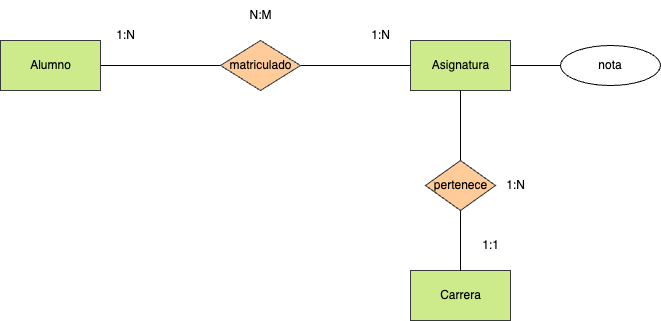
This is Tareas/Unidad_2/tarea1/Ejercicio9.drawio.png from antonioinigo/base-datos, a draw.io export, as it was before one commit. Source tidied: cells renumbered, new cells last; positions are measured from the earlier drawing's top-left corner, leaving out a move shared by most shapes.
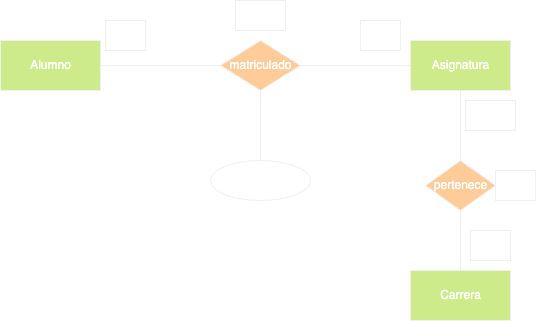
Above is the later version.

Diff of the diagram source:
```diff
@@ -2,53 +2,56 @@
   <root>
     <mxCell id="0" />
     <mxCell id="1" parent="0" />
-    <mxCell id="2" style="html=1;entryX=0;entryY=0.5;entryDx=0;entryDy=0;fontColor=#000000;endArrow=none;endFill=0;" parent="1" edge="1" source="3" target="7">
+    <mxCell id="2" style="html=1;entryX=0;entryY=0.5;entryDx=0;entryDy=0;fontColor=#FFFFFF;endArrow=none;endFill=0;strokeColor=#F0F0F0;" parent="1" edge="1" source="3" target="7">
       <mxGeometry relative="1" as="geometry" />
     </mxCell>
-    <mxCell id="3" value="&lt;font color=&quot;#000000&quot;&gt;Alumno&lt;/font&gt;" style="html=1;dashed=0;whitespace=wrap;fillColor=#cdeb8b;strokeColor=#36393d;" parent="1" vertex="1">
+    <mxCell id="3" value="&lt;font&gt;Alumno&lt;/font&gt;" style="html=1;dashed=0;whitespace=wrap;fillColor=#cdeb8b;strokeColor=#F0F0F0;fontColor=#FFFFFF;" parent="1" vertex="1">
       <mxGeometry y="40" width="100" height="50" as="geometry" />
     </mxCell>
-    <mxCell id="4" style="edgeStyle=none;html=1;entryX=0;entryY=0.5;entryDx=0;entryDy=0;endArrow=none;endFill=0;" parent="1" edge="1" source="5" target="16">
-      <mxGeometry relative="1" as="geometry" />
-    </mxCell>
-    <mxCell id="5" value="&lt;font color=&quot;#000000&quot;&gt;Asignatura&lt;/font&gt;" style="html=1;dashed=0;whitespace=wrap;fillColor=#cdeb8b;strokeColor=#36393d;" parent="1" vertex="1">
+    <mxCell id="5" value="&lt;font&gt;Asignatura&lt;/font&gt;" style="html=1;dashed=0;whitespace=wrap;fillColor=#cdeb8b;strokeColor=#F0F0F0;fontColor=#FFFFFF;" parent="1" vertex="1">
       <mxGeometry x="410" y="40" width="100" height="50" as="geometry" />
     </mxCell>
-    <mxCell id="6" style="edgeStyle=none;html=1;fontColor=#000000;endArrow=none;endFill=0;" parent="1" edge="1" source="7" target="5">
+    <mxCell id="6" style="edgeStyle=none;html=1;fontColor=#FFFFFF;endArrow=none;endFill=0;strokeColor=#F0F0F0;" parent="1" edge="1" source="7" target="5">
       <mxGeometry relative="1" as="geometry" />
     </mxCell>
-    <mxCell id="7" value="&lt;font color=&quot;#000000&quot;&gt;matriculado&lt;/font&gt;" style="shape=rhombus;html=1;dashed=0;whitespace=wrap;perimeter=rhombusPerimeter;fillColor=#ffcc99;strokeColor=#36393d;" parent="1" vertex="1">
+    <mxCell id="7" value="&lt;font&gt;matriculado&lt;/font&gt;" style="shape=rhombus;html=1;dashed=0;whitespace=wrap;perimeter=rhombusPerimeter;fillColor=#ffcc99;strokeColor=#F0F0F0;fontColor=#FFFFFF;" parent="1" vertex="1">
       <mxGeometry x="220" y="40" width="80" height="50" as="geometry" />
     </mxCell>
-    <mxCell id="8" value="1:N" style="text;html=1;align=center;verticalAlign=middle;strokeColor=none;fillColor=none;fontColor=#000000;" parent="1" vertex="1">
+    <mxCell id="8" value="1:N" style="text;html=1;align=center;verticalAlign=middle;strokeColor=#F0F0F0;fillColor=none;fontColor=#FFFFFF;" parent="1" vertex="1">
       <mxGeometry x="105" y="20" width="40" height="30" as="geometry" />
     </mxCell>
-    <mxCell id="9" value="1:N" style="text;html=1;align=center;verticalAlign=middle;strokeColor=none;fillColor=none;fontColor=#000000;" parent="1" vertex="1">
+    <mxCell id="9" value="1:N" style="text;html=1;align=center;verticalAlign=middle;strokeColor=#F0F0F0;fillColor=none;fontColor=#FFFFFF;" parent="1" vertex="1">
       <mxGeometry x="360" y="20" width="40" height="30" as="geometry" />
     </mxCell>
-    <mxCell id="10" value="N:M" style="text;html=1;align=center;verticalAlign=middle;strokeColor=none;fillColor=none;fontColor=#000000;" parent="1" vertex="1">
+    <mxCell id="10" value="N:M" style="text;html=1;align=center;verticalAlign=middle;strokeColor=#F0F0F0;fillColor=none;fontColor=#FFFFFF;" parent="1" vertex="1">
       <mxGeometry x="235" width="50" height="30" as="geometry" />
     </mxCell>
-    <mxCell id="11" value="&lt;font color=&quot;#000000&quot;&gt;Carrera&lt;/font&gt;" style="html=1;dashed=0;whitespace=wrap;fillColor=#cdeb8b;strokeColor=#36393d;" parent="1" vertex="1">
+    <mxCell id="11" value="&lt;font&gt;Carrera&lt;/font&gt;" style="html=1;dashed=0;whitespace=wrap;fillColor=#cdeb8b;strokeColor=#F0F0F0;fontColor=#FFFFFF;" parent="1" vertex="1">
       <mxGeometry x="410" y="270" width="100" height="50" as="geometry" />
     </mxCell>
-    <mxCell id="12" style="edgeStyle=none;html=1;fontColor=#000000;endArrow=none;endFill=0;" parent="1" edge="1" source="14" target="11">
+    <mxCell id="12" style="edgeStyle=none;html=1;fontColor=#FFFFFF;endArrow=none;endFill=0;strokeColor=#F0F0F0;" parent="1" edge="1" source="14" target="11">
       <mxGeometry relative="1" as="geometry" />
     </mxCell>
-    <mxCell id="13" style="edgeStyle=none;html=1;entryX=0.5;entryY=1;entryDx=0;entryDy=0;endArrow=none;endFill=0;" parent="1" edge="1" source="14" target="5">
+    <mxCell id="13" style="edgeStyle=none;html=1;entryX=0.5;entryY=1;entryDx=0;entryDy=0;endArrow=none;endFill=0;strokeColor=#F0F0F0;fontColor=#FFFFFF;" parent="1" edge="1" source="14" target="5">
       <mxGeometry relative="1" as="geometry" />
     </mxCell>
-    <mxCell id="14" value="&lt;font color=&quot;#000000&quot;&gt;pertenece&lt;/font&gt;" style="shape=rhombus;html=1;dashed=0;whitespace=wrap;perimeter=rhombusPerimeter;fillColor=#ffcc99;strokeColor=#36393d;" parent="1" vertex="1">
+    <mxCell id="14" value="&lt;font&gt;pertenece&lt;/font&gt;" style="shape=rhombus;html=1;dashed=0;whitespace=wrap;perimeter=rhombusPerimeter;fillColor=#ffcc99;strokeColor=#F0F0F0;fontColor=#FFFFFF;" parent="1" vertex="1">
       <mxGeometry x="425" y="160" width="70" height="50" as="geometry" />
     </mxCell>
-    <mxCell id="15" value="1:1" style="text;html=1;align=center;verticalAlign=middle;strokeColor=none;fillColor=none;fontColor=#000000;" parent="1" vertex="1">
+    <mxCell id="15" value="1:1" style="text;html=1;align=center;verticalAlign=middle;strokeColor=#F0F0F0;fillColor=none;fontColor=#FFFFFF;" parent="1" vertex="1">
       <mxGeometry x="470" y="230" width="40" height="30" as="geometry" />
     </mxCell>
+    <mxCell id="18" style="edgeStyle=none;html=1;entryX=0.5;entryY=1;entryDx=0;entryDy=0;strokeColor=#F0F0F0;fontColor=#FFFFFF;endArrow=none;endFill=0;" parent="1" edge="1" source="16" target="7">
+      <mxGeometry relative="1" as="geometry" />
+    </mxCell>
-    <mxCell id="16" value="nota" style="ellipse;whiteSpace=wrap;html=1;align=center;" parent="1" vertex="1">
-      <mxGeometry x="560" y="45" width="100" height="40" as="geometry" />
+    <mxCell id="16" value="nota" style="ellipse;whiteSpace=wrap;html=1;align=center;strokeColor=#F0F0F0;fontColor=#FFFFFF;" parent="1" vertex="1">
+      <mxGeometry x="210" y="160" width="100" height="40" as="geometry" />
     </mxCell>
-    <mxCell id="17" value="1:N" style="text;html=1;align=center;verticalAlign=middle;strokeColor=none;fillColor=none;fontColor=#000000;" parent="1" vertex="1">
+    <mxCell id="17" value="1:N" style="text;html=1;align=center;verticalAlign=middle;strokeColor=#F0F0F0;fillColor=none;fontColor=#FFFFFF;" parent="1" vertex="1">
       <mxGeometry x="495" y="170" width="40" height="30" as="geometry" />
     </mxCell>
+    <mxCell id="19" value="M:N" style="text;html=1;align=center;verticalAlign=middle;strokeColor=#F0F0F0;fillColor=none;fontColor=#FFFFFF;" parent="1" vertex="1">
+      <mxGeometry x="465" y="100" width="50" height="30" as="geometry" />
+    </mxCell>
   </root>
 </mxGraphModel>
```
